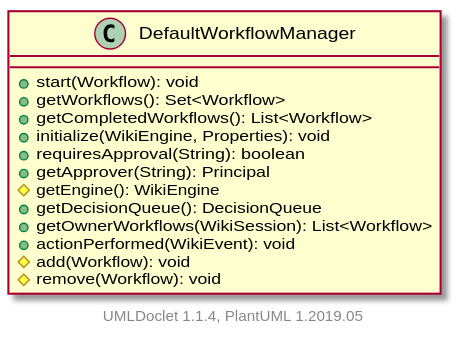
Earlier version of the PlantUML export apidocs/2.11.0.M7-SNAPSHOT/org/apache/wiki/workflow/DefaultWorkflowManager.svg (apache/jspwiki-site). Source of this version:
```plantuml
@startuml

    class DefaultWorkflowManager [[DefaultWorkflowManager.html]] {
        +start(Workflow): void
        +getWorkflows(): Set<Workflow>
        +getCompletedWorkflows(): List<Workflow>
        +initialize(WikiEngine, Properties): void
        +requiresApproval(String): boolean
        +getApprover(String): Principal
        #getEngine(): WikiEngine
        +getDecisionQueue(): DecisionQueue
        +getOwnerWorkflows(WikiSession): List<Workflow>
        +actionPerformed(WikiEvent): void
        #add(Workflow): void
        #remove(Workflow): void
    }


    center footer UMLDoclet 1.1.4, PlantUML 1.2019.05
@enduml
```
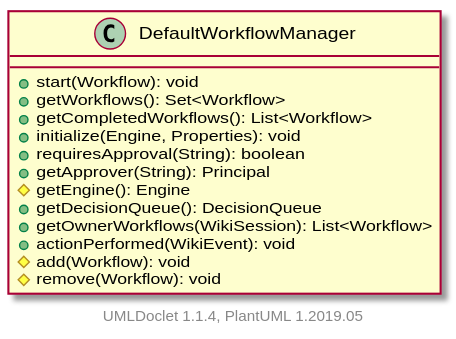
The same file after the commit.

Diff of the diagram source:
```diff
@@ -4,10 +4,10 @@
         +start(Workflow): void
         +getWorkflows(): Set<Workflow>
         +getCompletedWorkflows(): List<Workflow>
-        +initialize(WikiEngine, Properties): void
+        +initialize(Engine, Properties): void
         +requiresApproval(String): boolean
         +getApprover(String): Principal
-        #getEngine(): WikiEngine
+        #getEngine(): Engine
         +getDecisionQueue(): DecisionQueue
         +getOwnerWorkflows(WikiSession): List<Workflow>
         +actionPerformed(WikiEvent): void
```
